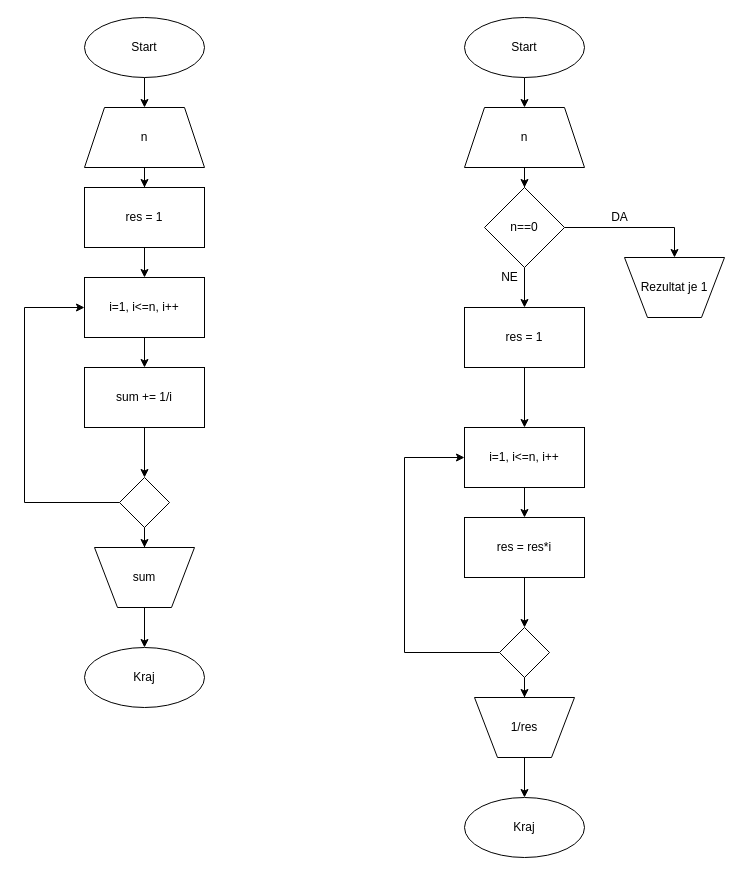
Before: page "zad2" (2 of 2) of alg_domaci2.drawio in stashat/Test, a draw.io diagram. Source tidied: cells renumbered, new cells numbered last; positions are measured from the earlier drawing's top-left corner, leaving out a move shared by most shapes. Both pictures are drawn from the tidied source at 100%, with x=0, y=0 at pixel (24, 17).
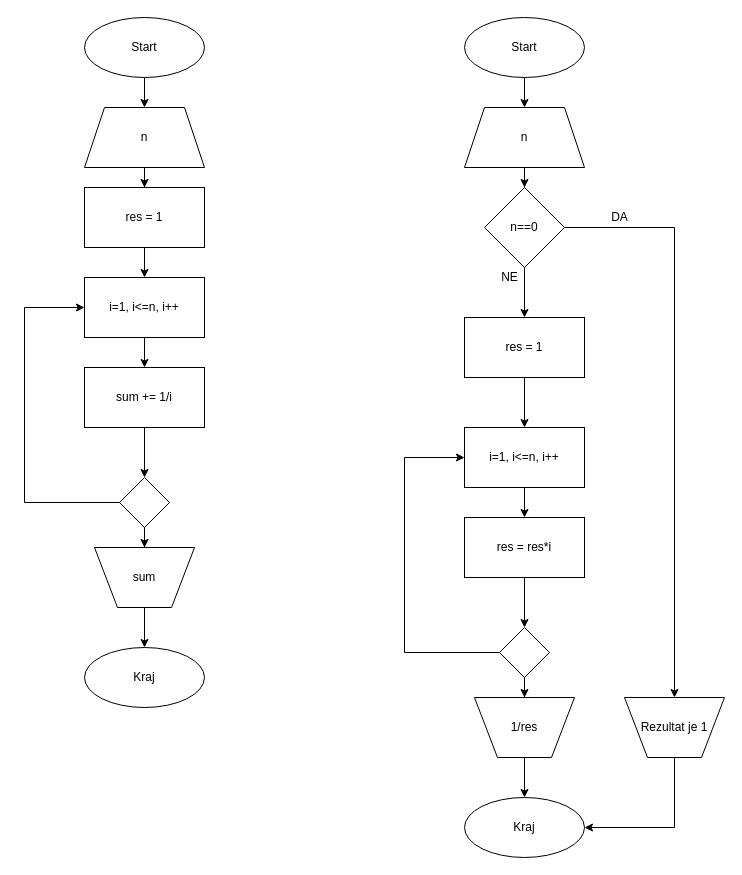
Above is the later version.

The change refers to these unchanged cells:
```xml
<mxCell id="33" value="Kraj" style="ellipse;whiteSpace=wrap;html=1;arcSize=10;" parent="1" vertex="1">
  <mxGeometry x="440" y="780" width="120" height="60" as="geometry" />
</mxCell>
```

What changed in the source:
```diff
@@
     <mxCell id="25" value="res = 1" style="rounded=0;whiteSpace=wrap;html=1;" parent="1" vertex="1">
-      <mxGeometry x="440" y="290" width="120" height="60" as="geometry" />
+      <mxGeometry x="440" y="300" width="120" height="60" as="geometry" />
     </mxCell>
@@
+    <mxCell id="40" style="edgeStyle=orthogonalEdgeStyle;rounded=0;jettySize=auto;html=1;entryX=1;entryY=0.5;entryDx=0;entryDy=0;" parent="1" edge="1" source="37" target="33">
+      <mxGeometry relative="1" as="geometry">
+        <Array as="points">
+          <mxPoint x="650" y="810" />
+        </Array>
+      </mxGeometry>
+    </mxCell>
     <mxCell id="37" value="Rezultat je 1" style="verticalLabelPosition=middle;verticalAlign=middle;html=1;shape=trapezoid;perimeter=trapezoidPerimeter;whiteSpace=wrap;size=0.23;arcSize=10;flipV=1;labelPosition=center;align=center;" parent="1" vertex="1">
-      <mxGeometry x="600" y="240" width="100" height="60" as="geometry" />
+      <mxGeometry x="600" y="680" width="100" height="60" as="geometry" />
     </mxCell>
```
